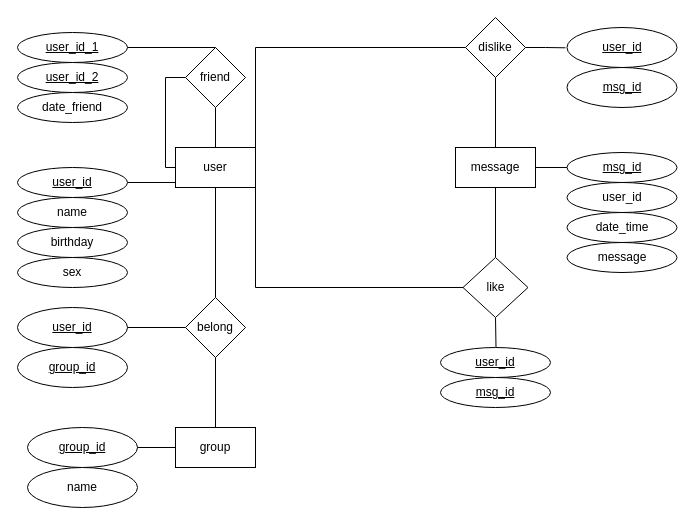
This is Lab 2/LAB2_Databases.drawio from emilbreustedt/DB-Lab-1, a draw.io file, before an edit. Source tidied: cells renumbered, new cells numbered last; positions are measured from the earlier drawing's top-left corner, leaving out a move shared by most shapes. Both pictures are drawn from the tidied source at 100%, with x=0, y=0 at pixel (17, 17).
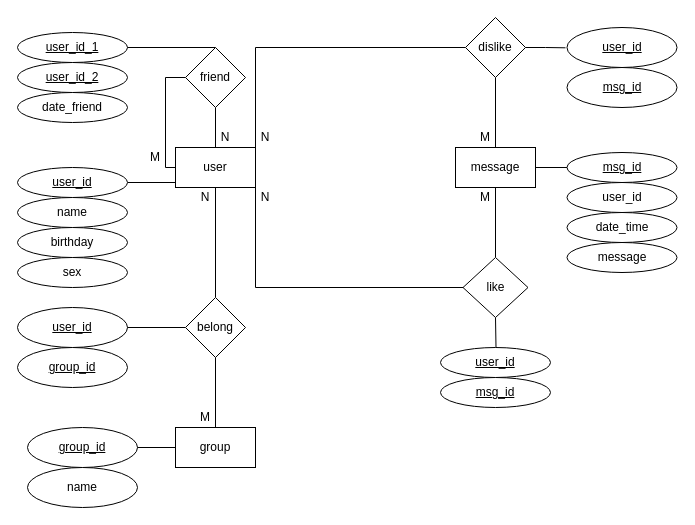
The same page after the edit.

Diff of the diagram source:
```diff
@@
+    <mxCell id="45" value="M" style="text;html=1;strokeColor=none;fillColor=none;align=center;verticalAlign=middle;whiteSpace=wrap;rounded=0;" parent="1" vertex="1">
+      <mxGeometry x="168" y="390" width="40" height="20" as="geometry" />
+    </mxCell>
+    <mxCell id="46" value="N" style="text;html=1;strokeColor=none;fillColor=none;align=center;verticalAlign=middle;whiteSpace=wrap;rounded=0;" parent="1" vertex="1">
+      <mxGeometry x="188" y="110" width="40" height="20" as="geometry" />
+    </mxCell>
+    <mxCell id="47" value="N" style="text;html=1;strokeColor=none;fillColor=none;align=center;verticalAlign=middle;whiteSpace=wrap;rounded=0;" parent="1" vertex="1">
+      <mxGeometry x="168" y="170" width="40" height="20" as="geometry" />
+    </mxCell>
+    <mxCell id="48" value="M" style="text;html=1;strokeColor=none;fillColor=none;align=center;verticalAlign=middle;whiteSpace=wrap;rounded=0;" parent="1" vertex="1">
+      <mxGeometry x="118" y="130" width="40" height="20" as="geometry" />
+    </mxCell>
+    <mxCell id="49" value="M" style="text;html=1;strokeColor=none;fillColor=none;align=center;verticalAlign=middle;whiteSpace=wrap;rounded=0;" parent="1" vertex="1">
+      <mxGeometry x="448" y="170" width="40" height="20" as="geometry" />
+    </mxCell>
+    <mxCell id="50" value="M" style="text;html=1;strokeColor=none;fillColor=none;align=center;verticalAlign=middle;whiteSpace=wrap;rounded=0;" parent="1" vertex="1">
+      <mxGeometry x="448" y="110" width="40" height="20" as="geometry" />
+    </mxCell>
+    <mxCell id="51" value="N" style="text;html=1;strokeColor=none;fillColor=none;align=center;verticalAlign=middle;whiteSpace=wrap;rounded=0;" parent="1" vertex="1">
+      <mxGeometry x="228" y="110" width="40" height="20" as="geometry" />
+    </mxCell>
+    <mxCell id="52" value="N" style="text;html=1;strokeColor=none;fillColor=none;align=center;verticalAlign=middle;whiteSpace=wrap;rounded=0;" parent="1" vertex="1">
+      <mxGeometry x="228" y="170" width="40" height="20" as="geometry" />
+    </mxCell>
```
